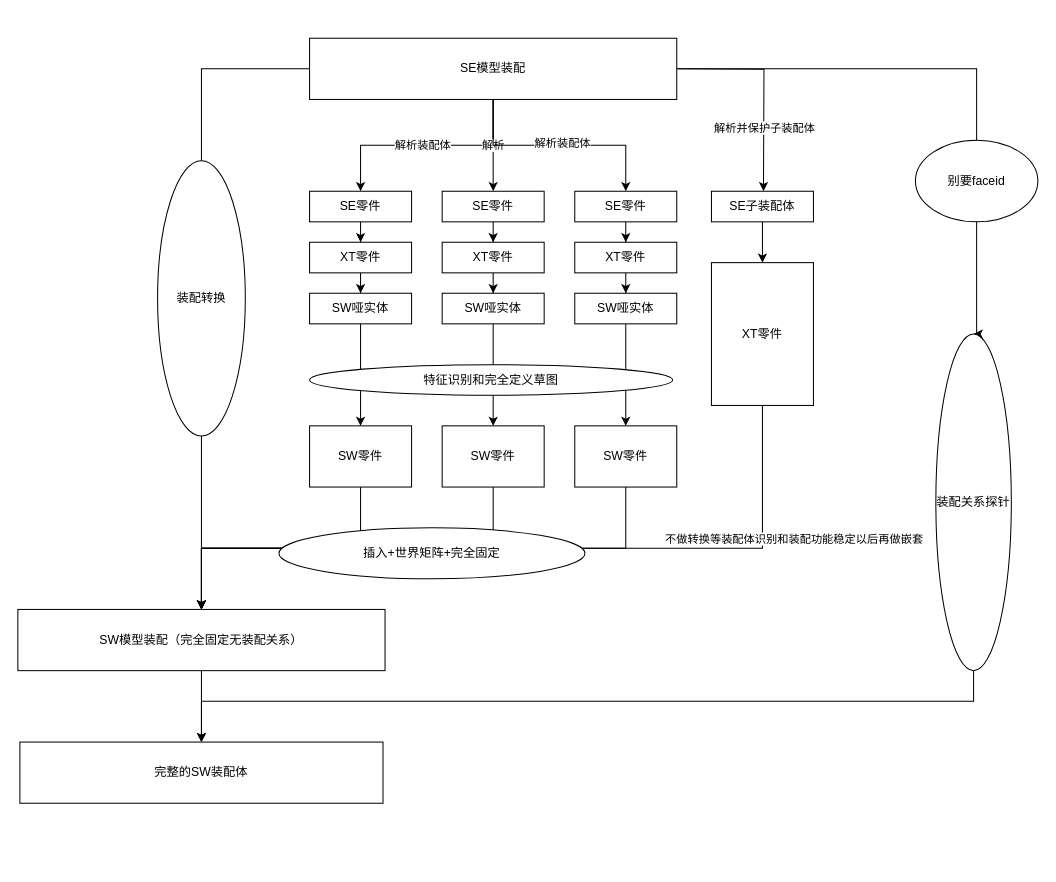
Earlier version of the draw.io diagram b-Code-SE2SW/docs/SE2SW转换架构.drawio (cyx3705/HistoryVesta). Source tidied: cells renumbered, new cells numbered last; positions are measured from the earlier drawing's top-left corner, leaving out a move shared by most shapes. Both pictures are drawn from the tidied source at 102%, with x=0, y=0 at pixel (17, 38).
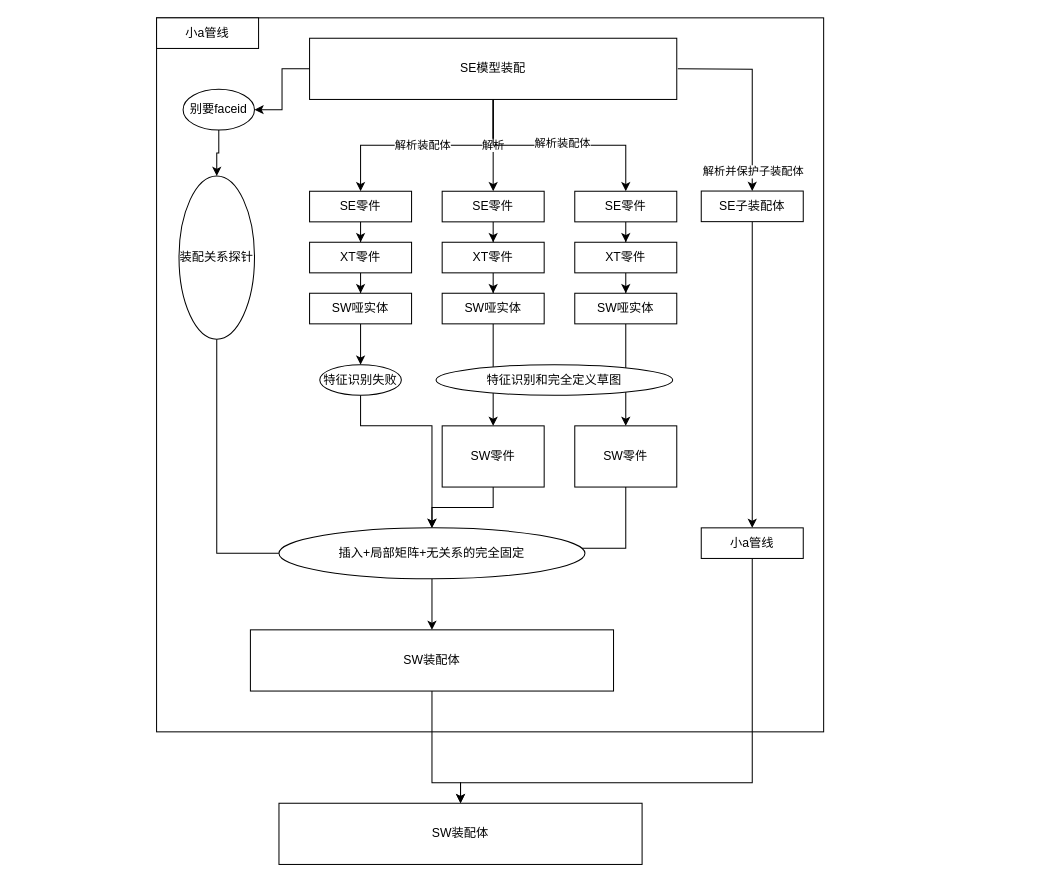
After the change.

Unchanged cells that the change refers to:
```xml
<mxCell id="11" value="SE模型装配" style="rounded=0;whiteSpace=wrap;html=1;" parent="1" vertex="1">
  <mxGeometry x="286" width="360" height="60" as="geometry" />
</mxCell>
<mxCell id="27" value="SW零件" style="rounded=0;whiteSpace=wrap;html=1;" parent="1" vertex="1">
  <mxGeometry x="416" y="380" width="100" height="60" as="geometry" />
</mxCell>
<mxCell id="38" value="SW哑实体" style="rounded=0;whiteSpace=wrap;html=1;" parent="1" vertex="1">
  <mxGeometry x="286" y="250" width="100" height="30" as="geometry" />
</mxCell>
```

The edit, as a diff of the source:
```diff
@@
+    <mxCell id="51" style="rounded=0;whiteSpace=wrap;html=1;" parent="1" vertex="1">
+      <mxGeometry x="136" y="-20" width="654" height="700" as="geometry" />
+    </mxCell>
@@
-    <mxCell id="7" style="edgeStyle=orthogonalEdgeStyle;rounded=0;jettySize=auto;html=1;entryX=0.5;entryY=0;entryDx=0;entryDy=0;" parent="1" edge="1" source="11" target="31">
-      <mxGeometry relative="1" as="geometry">
-        <Array as="points">
-          <mxPoint x="180" y="30" />
-        </Array>
-      </mxGeometry>
-    </mxCell>
-    <mxCell id="8" style="edgeStyle=orthogonalEdgeStyle;rounded=0;jettySize=auto;html=1;entryX=0.5;entryY=0;entryDx=0;entryDy=0;" parent="1" edge="1" source="36" target="34">
-      <mxGeometry relative="1" as="geometry">
-        <Array as="points">
-          <mxPoint x="180" y="650" />
-        </Array>
-      </mxGeometry>
-    </mxCell>
-    <mxCell id="9" style="edgeStyle=orthogonalEdgeStyle;rounded=0;orthogonalLoop=1;jettySize=auto;html=1;entryX=0.5;entryY=0;entryDx=0;entryDy=0;" parent="1" edge="1">
+    <mxCell id="9" style="edgeStyle=orthogonalEdgeStyle;rounded=0;jettySize=auto;html=1;" parent="1" edge="1" target="45">
       <mxGeometry relative="1" as="geometry">
         <mxPoint x="647" y="30" as="sourcePoint" />
-        <mxPoint x="731" y="150" as="targetPoint" />
       </mxGeometry>
     </mxCell>
     <mxCell id="10" value="解析并保护子装配体" style="edgeLabel;html=1;align=center;verticalAlign=middle;" parent="9" vertex="1">
-      <mxGeometry x="0.39" relative="1" as="geometry" />
+      <mxGeometry x="0.39" relative="1" as="geometry">
+        <mxPoint y="39" as="offset" />
+      </mxGeometry>
     </mxCell>
+    <mxCell id="52" style="edgeStyle=orthogonalEdgeStyle;rounded=0;jettySize=auto;html=1;" parent="1" edge="1" source="11" target="50">
+      <mxGeometry relative="1" as="geometry" />
+    </mxCell>
@@
-    <mxCell id="24" style="edgeStyle=orthogonalEdgeStyle;rounded=0;jettySize=auto;html=1;" parent="1" edge="1" source="25" target="31">
-      <mxGeometry relative="1" as="geometry" />
-    </mxCell>
-    <mxCell id="25" value="SW零件" style="rounded=0;whiteSpace=wrap;html=1;" parent="1" vertex="1">
-      <mxGeometry x="286" y="380" width="100" height="60" as="geometry" />
-    </mxCell>
-    <mxCell id="26" style="edgeStyle=orthogonalEdgeStyle;rounded=0;jettySize=auto;html=1;entryX=0.5;entryY=0;entryDx=0;entryDy=0;" parent="1" edge="1" source="27" target="31">
-      <mxGeometry relative="1" as="geometry">
-        <Array as="points">
-          <mxPoint x="466" y="500" />
-          <mxPoint x="180" y="500" />
-        </Array>
-      </mxGeometry>
-    </mxCell>
+    <mxCell id="53" style="edgeStyle=orthogonalEdgeStyle;rounded=0;jettySize=auto;html=1;exitX=0.5;exitY=1;exitDx=0;exitDy=0;" parent="1" edge="1" source="27" target="49">
+      <mxGeometry relative="1" as="geometry" />
+    </mxCell>
@@
-    <mxCell id="28" style="edgeStyle=orthogonalEdgeStyle;rounded=0;jettySize=auto;html=1;entryX=0.5;entryY=0;entryDx=0;entryDy=0;" parent="1" edge="1" source="49" target="31">
-      <mxGeometry relative="1" as="geometry">
-        <Array as="points">
-          <mxPoint x="180" y="500" />
-        </Array>
-      </mxGeometry>
-    </mxCell>
@@
-    <mxCell id="30" style="edgeStyle=orthogonalEdgeStyle;rounded=0;jettySize=auto;html=1;entryX=0.5;entryY=0;entryDx=0;entryDy=0;" parent="1" edge="1" source="31" target="34">
-      <mxGeometry relative="1" as="geometry">
-        <Array as="points">
-          <mxPoint x="180" y="670" />
-          <mxPoint x="180" y="670" />
-        </Array>
-      </mxGeometry>
-    </mxCell>
-    <mxCell id="31" value="SW模型装配（完全固定无装配关系）" style="rounded=0;whiteSpace=wrap;html=1;" parent="1" vertex="1">
-      <mxGeometry y="560" width="360" height="60" as="geometry" />
-    </mxCell>
-    <mxCell id="32" value="装配转换" style="ellipse;whiteSpace=wrap;html=1;" parent="1" vertex="1">
-      <mxGeometry x="137" y="120" width="86" height="270" as="geometry" />
-    </mxCell>
@@
+    <mxCell id="54" style="edgeStyle=orthogonalEdgeStyle;rounded=0;jettySize=auto;html=1;" parent="1" edge="1" source="34" target="64">
+      <mxGeometry relative="1" as="geometry">
+        <Array as="points">
+          <mxPoint x="406" y="730" />
+          <mxPoint x="434" y="730" />
+        </Array>
+      </mxGeometry>
+    </mxCell>
-    <mxCell id="34" value="完整的SW装配体" style="rounded=0;whiteSpace=wrap;html=1;" parent="1" vertex="1">
-      <mxGeometry x="2" y="690" width="356" height="60" as="geometry" />
+    <mxCell id="34" value="SW装配体" style="rounded=0;whiteSpace=wrap;html=1;" parent="1" vertex="1">
+      <mxGeometry x="228" y="580" width="356" height="60" as="geometry" />
     </mxCell>
-    <mxCell id="35" style="edgeStyle=orthogonalEdgeStyle;rounded=0;jettySize=auto;html=1;entryX=0.5;entryY=0;entryDx=0;entryDy=0;" parent="1" edge="1" source="11" target="36">
-      <mxGeometry relative="1" as="geometry">
-        <Array as="points">
-          <mxPoint x="940" y="30" />
-          <mxPoint x="940" y="290" />
-        </Array>
-      </mxGeometry>
-    </mxCell>
+    <mxCell id="55" style="edgeStyle=orthogonalEdgeStyle;rounded=0;jettySize=auto;html=1;entryX=0.5;entryY=0;entryDx=0;entryDy=0;" parent="1" edge="1" source="36" target="49">
+      <mxGeometry relative="1" as="geometry">
+        <Array as="points">
+          <mxPoint x="195" y="505" />
+          <mxPoint x="406" y="505" />
+        </Array>
+      </mxGeometry>
+    </mxCell>
     <mxCell id="36" value="装配关系探针" style="ellipse;whiteSpace=wrap;html=1;" parent="1" vertex="1">
-      <mxGeometry x="900" y="290" width="74" height="330" as="geometry" />
+      <mxGeometry x="158" y="135" width="74" height="160" as="geometry" />
     </mxCell>
-    <mxCell id="37" style="edgeStyle=orthogonalEdgeStyle;rounded=0;jettySize=auto;html=1;" parent="1" edge="1" source="38" target="25">
-      <mxGeometry relative="1" as="geometry" />
-    </mxCell>
+    <mxCell id="56" style="edgeStyle=orthogonalEdgeStyle;rounded=0;jettySize=auto;html=1;entryX=0.5;entryY=0;entryDx=0;entryDy=0;" parent="1" edge="1" source="38" target="60">
+      <mxGeometry relative="1" as="geometry" />
+    </mxCell>
@@
     <mxCell id="43" value="特征识别和完全定义草图" style="ellipse;whiteSpace=wrap;html=1;" parent="1" vertex="1">
-      <mxGeometry x="286" y="320" width="356" height="30" as="geometry" />
+      <mxGeometry x="410" y="320" width="232" height="30" as="geometry" />
     </mxCell>
-    <mxCell id="44" style="edgeStyle=orthogonalEdgeStyle;rounded=0;jettySize=auto;html=1;entryX=0.5;entryY=0;entryDx=0;entryDy=0;" parent="1" edge="1" source="45" target="48">
+    <mxCell id="44" style="edgeStyle=orthogonalEdgeStyle;rounded=0;jettySize=auto;html=1;" parent="1" edge="1" source="45" target="63">
       <mxGeometry relative="1" as="geometry" />
     </mxCell>
     <mxCell id="45" value="SE子装配体" style="rounded=0;whiteSpace=wrap;html=1;" parent="1" vertex="1">
-      <mxGeometry x="680" y="150" width="100" height="30" as="geometry" />
+      <mxGeometry x="670" y="149.8" width="100" height="30" as="geometry" />
     </mxCell>
-    <mxCell id="46" style="edgeStyle=orthogonalEdgeStyle;rounded=0;jettySize=auto;html=1;entryX=0.5;entryY=0;entryDx=0;entryDy=0;" parent="1" edge="1" source="48" target="31">
-      <mxGeometry relative="1" as="geometry">
-        <Array as="points">
-          <mxPoint x="730" y="500" />
-          <mxPoint x="180" y="500" />
-        </Array>
-      </mxGeometry>
-    </mxCell>
-    <mxCell id="47" value="不做转换等装配体识别和装配功能稳定以后再做嵌套" style="edgeLabel;html=1;align=center;verticalAlign=middle;" parent="46" vertex="1">
-      <mxGeometry x="-0.81" relative="1" as="geometry">
-        <mxPoint x="30" y="59" as="offset" />
-      </mxGeometry>
-    </mxCell>
-    <mxCell id="48" value="XT零件" style="rounded=0;whiteSpace=wrap;html=1;" parent="1" vertex="1">
-      <mxGeometry x="680" y="220" width="100" height="140" as="geometry" />
-    </mxCell>
+    <mxCell id="57" style="edgeStyle=orthogonalEdgeStyle;rounded=0;jettySize=auto;html=1;entryX=0.5;entryY=0;entryDx=0;entryDy=0;" parent="1" edge="1" source="49" target="34">
+      <mxGeometry relative="1" as="geometry" />
+    </mxCell>
-    <mxCell id="49" value="插入+世界矩阵+完全固定" style="ellipse;whiteSpace=wrap;html=1;" parent="1" vertex="1">
+    <mxCell id="49" value="插入+局部矩阵+无关系的完全固定" style="ellipse;whiteSpace=wrap;html=1;" parent="1" vertex="1">
       <mxGeometry x="256" y="480" width="300" height="50" as="geometry" />
     </mxCell>
+    <mxCell id="58" style="edgeStyle=orthogonalEdgeStyle;rounded=0;jettySize=auto;html=1;" parent="1" edge="1" source="50" target="36">
+      <mxGeometry relative="1" as="geometry" />
+    </mxCell>
     <mxCell id="50" value="别要faceid" style="ellipse;whiteSpace=wrap;html=1;" parent="1" vertex="1">
-      <mxGeometry x="880" y="100" width="120" height="80" as="geometry" />
+      <mxGeometry x="162" y="50" width="70" height="40" as="geometry" />
     </mxCell>
+    <mxCell id="59" style="edgeStyle=orthogonalEdgeStyle;rounded=0;jettySize=auto;html=1;entryX=0.5;entryY=0;entryDx=0;entryDy=0;" parent="1" edge="1" source="60" target="49">
+      <mxGeometry relative="1" as="geometry">
+        <Array as="points">
+          <mxPoint x="336" y="380" />
+          <mxPoint x="406" y="380" />
+        </Array>
+      </mxGeometry>
+    </mxCell>
+    <mxCell id="60" value="特征识别失败" style="ellipse;whiteSpace=wrap;html=1;" parent="1" vertex="1">
+      <mxGeometry x="296" y="320" width="80" height="30" as="geometry" />
+    </mxCell>
+    <mxCell id="61" value="小a管线" style="rounded=0;whiteSpace=wrap;html=1;" parent="1" vertex="1">
+      <mxGeometry x="136" y="-20" width="100" height="30" as="geometry" />
+    </mxCell>
+    <mxCell id="62" style="edgeStyle=orthogonalEdgeStyle;rounded=0;jettySize=auto;html=1;" parent="1" edge="1" source="63" target="64">
+      <mxGeometry relative="1" as="geometry">
+        <Array as="points">
+          <mxPoint x="720" y="730" />
+          <mxPoint x="434" y="730" />
+        </Array>
+      </mxGeometry>
+    </mxCell>
+    <mxCell id="63" value="小a管线" style="rounded=0;whiteSpace=wrap;html=1;" parent="1" vertex="1">
+      <mxGeometry x="670" y="480" width="100" height="30" as="geometry" />
+    </mxCell>
+    <mxCell id="64" value="SW装配体" style="rounded=0;whiteSpace=wrap;html=1;" parent="1" vertex="1">
+      <mxGeometry x="256" y="750" width="356" height="60" as="geometry" />
+    </mxCell>
```
